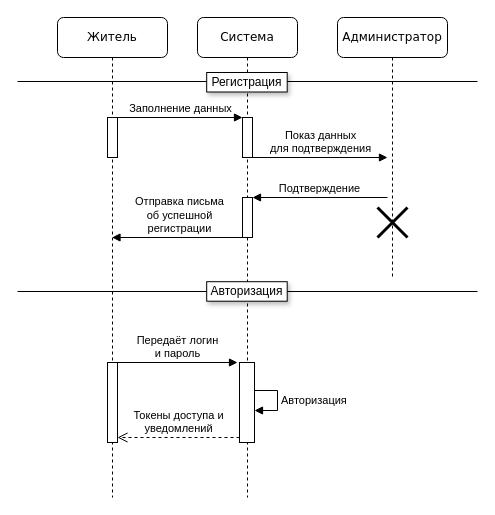
Before: page "Авторизация" (1 of 2) of diagrams/sequence_diagram.drawio in ArthurDavletov/ufanet_practice_zheu, a draw.io diagram. Source tidied: cells renumbered, new cells numbered last; positions are measured from the earlier drawing's top-left corner, leaving out a move shared by most shapes. Both pictures are drawn from the tidied source at 100%, with x=0, y=0 at pixel (17, 17).
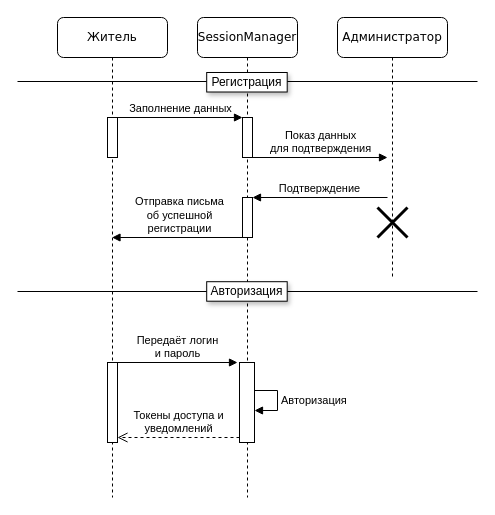
The same page after the edit.

The edit, as a diff of the source:
```diff
@@
-    <mxCell id="2" value="Система" style="shape=umlLifeline;perimeter=lifelinePerimeter;whiteSpace=wrap;html=1;rounded=1;shadow=0;comic=0;labelBackgroundColor=none;strokeWidth=1;fontFamily=Verdana;fontSize=12;align=center;" parent="1" vertex="1">
+    <mxCell id="2" value="SessionManager" style="shape=umlLifeline;perimeter=lifelinePerimeter;whiteSpace=wrap;html=1;rounded=1;shadow=0;comic=0;labelBackgroundColor=none;strokeWidth=1;fontFamily=Verdana;fontSize=12;align=center;" parent="1" vertex="1">
       <mxGeometry x="180" width="100" height="480" as="geometry" />
     </mxCell>
```
